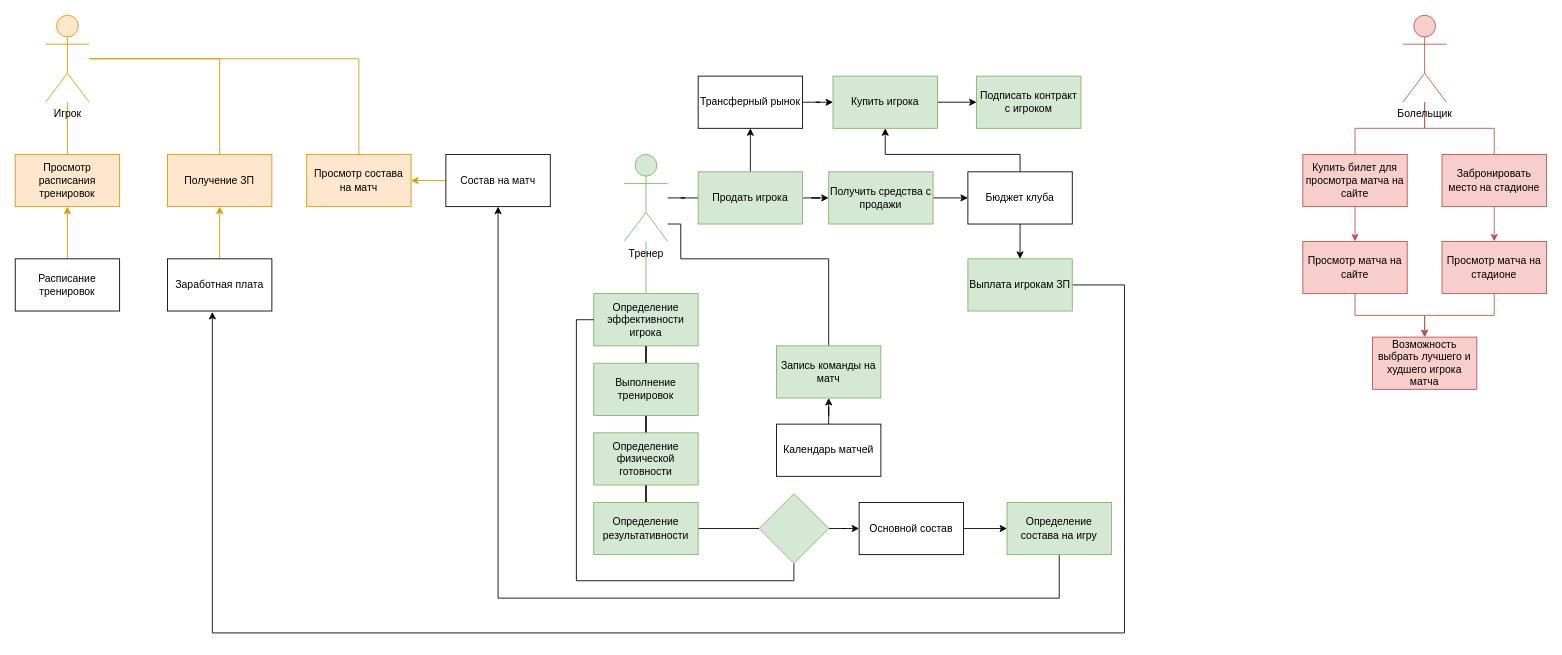
Earlier version of the draw.io diagram Controllers/PROFOOTBALL_V1.2.drawio (Alexsander996/football). Source tidied: cells renumbered, new cells numbered last; positions are measured from the earlier drawing's top-left corner, leaving out a move shared by most shapes. Both pictures are drawn from the tidied source at 87%, with x=0, y=0 at pixel (15, 15).
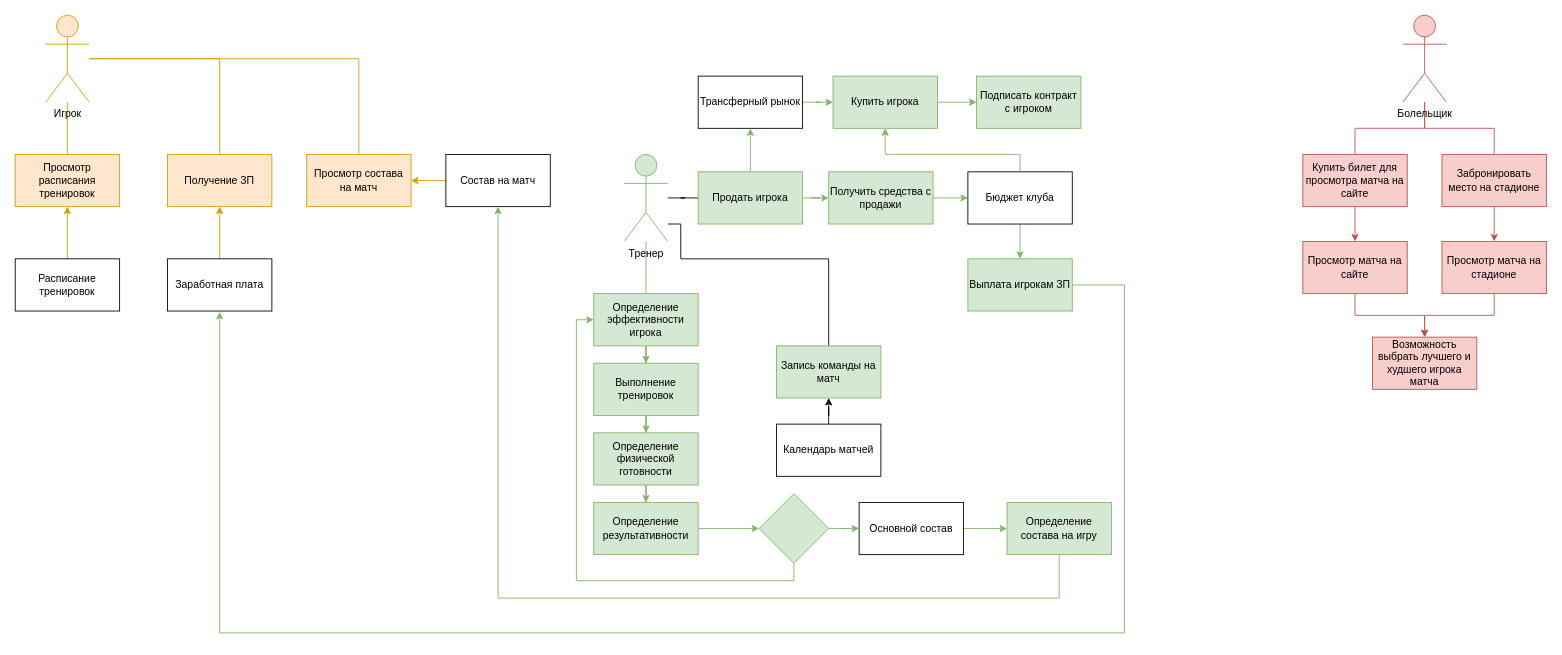
The same diagram, later.

The change refers to these unchanged cells:
```xml
<mxCell id="11" value="Заработная плата" style="rounded=0;whiteSpace=wrap;html=1;" parent="1" vertex="1">
  <mxGeometry x="175" y="280" width="120" height="60" as="geometry" />
</mxCell>
<mxCell id="14" value="Состав на матч" style="rounded=0;whiteSpace=wrap;html=1;" parent="1" vertex="1">
  <mxGeometry x="495" y="160" width="120" height="60" as="geometry" />
</mxCell>
<mxCell id="20" value="Определение эффективности игрока" style="rounded=0;whiteSpace=wrap;html=1;fillColor=#d5e8d4;strokeColor=#82b366;" parent="1" vertex="1">
  <mxGeometry x="665" y="320" width="120" height="60" as="geometry" />
</mxCell>
<mxCell id="22" value="Определение состава на игру" style="rounded=0;whiteSpace=wrap;html=1;fillColor=#d5e8d4;strokeColor=#82b366;" parent="1" vertex="1">
  <mxGeometry x="1140" y="560" width="120" height="60" as="geometry" />
</mxCell>
<mxCell id="24" value="Выплата игрокам ЗП" style="rounded=0;whiteSpace=wrap;html=1;fillColor=#d5e8d4;strokeColor=#82b366;" parent="1" vertex="1">
  <mxGeometry x="1095" y="280" width="120" height="60" as="geometry" />
</mxCell>
<mxCell id="30" value="Выполнение тренировок" style="rounded=0;whiteSpace=wrap;html=1;fillColor=#d5e8d4;strokeColor=#82b366;" parent="1" vertex="1">
  <mxGeometry x="665" y="400" width="120" height="60" as="geometry" />
</mxCell>
<mxCell id="32" value="Определение физической готовности" style="rounded=0;whiteSpace=wrap;html=1;fillColor=#d5e8d4;strokeColor=#82b366;" parent="1" vertex="1">
  <mxGeometry x="665" y="480" width="120" height="60" as="geometry" />
</mxCell>
<mxCell id="34" value="Определение результативности" style="rounded=0;whiteSpace=wrap;html=1;fillColor=#d5e8d4;strokeColor=#82b366;" parent="1" vertex="1">
  <mxGeometry x="665" y="560" width="120" height="60" as="geometry" />
</mxCell>
<mxCell id="36" value="Купить игрока" style="rounded=0;whiteSpace=wrap;html=1;fillColor=#d5e8d4;strokeColor=#82b366;" parent="1" vertex="1">
  <mxGeometry x="940" y="70" width="120" height="60" as="geometry" />
</mxCell>
<mxCell id="37" value="Подписать контракт с игроком" style="rounded=0;whiteSpace=wrap;html=1;fillColor=#d5e8d4;strokeColor=#82b366;" parent="1" vertex="1">
  <mxGeometry x="1105" y="70" width="120" height="60" as="geometry" />
</mxCell>
<mxCell id="40" value="Продать игрока" style="rounded=0;whiteSpace=wrap;html=1;fillColor=#d5e8d4;strokeColor=#82b366;" parent="1" vertex="1">
  <mxGeometry x="785" y="180" width="120" height="60" as="geometry" />
</mxCell>
<mxCell id="42" value="Получить средства с продажи" style="rounded=0;whiteSpace=wrap;html=1;fillColor=#d5e8d4;strokeColor=#82b366;" parent="1" vertex="1">
  <mxGeometry x="935" y="180" width="120" height="60" as="geometry" />
</mxCell>
<mxCell id="45" value="Бюджет клуба" style="rounded=0;whiteSpace=wrap;html=1;" parent="1" vertex="1">
  <mxGeometry x="1095" y="180" width="120" height="60" as="geometry" />
</mxCell>
<mxCell id="47" value="Трансферный рынок" style="rounded=0;whiteSpace=wrap;html=1;" parent="1" vertex="1">
  <mxGeometry x="785" y="70" width="120" height="60" as="geometry" />
</mxCell>
<mxCell id="50" style="rhombus;whiteSpace=wrap;html=1;fillColor=#d5e8d4;strokeColor=#82b366;" parent="1" vertex="1">
  <mxGeometry x="855" y="550" width="80" height="80" as="geometry" />
</mxCell>
<mxCell id="52" value="Основной состав" style="rounded=0;whiteSpace=wrap;html=1;" parent="1" vertex="1">
  <mxGeometry x="970" y="560" width="120" height="60" as="geometry" />
</mxCell>
```

What changed in the source:
```diff
@@
-    <mxCell id="19" style="edgeStyle=orthogonalEdgeStyle;rounded=0;jettySize=auto;html=1;entryX=0.5;entryY=0;entryDx=0;entryDy=0;endArrow=none;endFill=0;" parent="1" edge="1" source="20" target="30">
+    <mxCell id="19" style="edgeStyle=orthogonalEdgeStyle;rounded=0;jettySize=auto;html=1;entryX=0.5;entryY=0;entryDx=0;entryDy=0;endArrow=classic;endFill=1;fillColor=#d5e8d4;strokeColor=#82b366;" parent="1" edge="1" source="20" target="30">
       <mxGeometry relative="1" as="geometry" />
     </mxCell>
@@
-    <mxCell id="21" style="edgeStyle=orthogonalEdgeStyle;rounded=0;jettySize=auto;html=1;endArrow=classic;endFill=1;entryX=0.5;entryY=1;entryDx=0;entryDy=0;" parent="1" edge="1" source="22" target="14">
+    <mxCell id="21" style="edgeStyle=orthogonalEdgeStyle;rounded=0;jettySize=auto;html=1;endArrow=classic;endFill=1;entryX=0.5;entryY=1;entryDx=0;entryDy=0;fillColor=#d5e8d4;strokeColor=#82b366;" parent="1" edge="1" source="22" target="14">
       <mxGeometry relative="1" as="geometry">
         <Array as="points">
           <mxPoint x="1200" y="670" />
           <mxPoint x="555" y="670" />
         </Array>
       </mxGeometry>
     </mxCell>
@@
-    <mxCell id="23" style="edgeStyle=orthogonalEdgeStyle;rounded=0;jettySize=auto;html=1;entryX=0.43;entryY=1.017;entryDx=0;entryDy=0;entryPerimeter=0;endArrow=classic;endFill=1;" parent="1" edge="1" source="24" target="11">
+    <mxCell id="23" style="edgeStyle=orthogonalEdgeStyle;rounded=0;jettySize=auto;html=1;endArrow=classic;endFill=1;fillColor=#d5e8d4;strokeColor=#82b366;" parent="1" edge="1" source="24">
       <mxGeometry relative="1" as="geometry">
+        <mxPoint x="235" y="341" as="targetPoint" />
         <Array as="points">
           <mxPoint x="1275" y="310" />
           <mxPoint x="1275" y="710" />
-          <mxPoint x="227" y="710" />
+          <mxPoint x="235" y="710" />
+          <mxPoint x="235" y="341" />
         </Array>
       </mxGeometry>
     </mxCell>
@@
-    <mxCell id="29" style="edgeStyle=orthogonalEdgeStyle;rounded=0;jettySize=auto;html=1;entryX=0.5;entryY=0;entryDx=0;entryDy=0;endArrow=none;endFill=0;" parent="1" edge="1" source="30" target="32">
+    <mxCell id="29" style="edgeStyle=orthogonalEdgeStyle;rounded=0;jettySize=auto;html=1;entryX=0.5;entryY=0;entryDx=0;entryDy=0;endArrow=classic;endFill=1;fillColor=#d5e8d4;strokeColor=#82b366;" parent="1" edge="1" source="30" target="32">
       <mxGeometry relative="1" as="geometry" />
     </mxCell>
@@
-    <mxCell id="31" style="edgeStyle=orthogonalEdgeStyle;rounded=0;jettySize=auto;html=1;entryX=0.5;entryY=0;entryDx=0;entryDy=0;endArrow=none;endFill=0;" parent="1" edge="1" source="32" target="34">
+    <mxCell id="31" style="edgeStyle=orthogonalEdgeStyle;rounded=0;jettySize=auto;html=1;entryX=0.5;entryY=0;entryDx=0;entryDy=0;endArrow=classic;endFill=1;fillColor=#d5e8d4;strokeColor=#82b366;" parent="1" edge="1" source="32" target="34">
       <mxGeometry relative="1" as="geometry" />
     </mxCell>
@@
-    <mxCell id="33" style="edgeStyle=orthogonalEdgeStyle;rounded=0;jettySize=auto;html=1;entryX=0;entryY=0.5;entryDx=0;entryDy=0;endArrow=none;endFill=0;" parent="1" edge="1" source="34" target="50">
+    <mxCell id="33" style="edgeStyle=orthogonalEdgeStyle;rounded=0;jettySize=auto;html=1;entryX=0;entryY=0.5;entryDx=0;entryDy=0;endArrow=classic;endFill=1;fillColor=#d5e8d4;strokeColor=#82b366;" parent="1" edge="1" source="34" target="50">
       <mxGeometry relative="1" as="geometry" />
     </mxCell>
@@
-    <mxCell id="35" style="edgeStyle=orthogonalEdgeStyle;rounded=0;jettySize=auto;html=1;entryX=0;entryY=0.5;entryDx=0;entryDy=0;endArrow=classic;endFill=1;" parent="1" edge="1" source="36" target="37">
+    <mxCell id="35" style="edgeStyle=orthogonalEdgeStyle;rounded=0;jettySize=auto;html=1;entryX=0;entryY=0.5;entryDx=0;entryDy=0;endArrow=classic;endFill=1;fillColor=#d5e8d4;strokeColor=#82b366;" parent="1" edge="1" source="36" target="37">
       <mxGeometry relative="1" as="geometry" />
     </mxCell>
@@
-    <mxCell id="38" style="edgeStyle=orthogonalEdgeStyle;rounded=0;jettySize=auto;html=1;entryX=0;entryY=0.5;entryDx=0;entryDy=0;endArrow=classic;endFill=1;" parent="1" edge="1" source="40" target="42">
+    <mxCell id="38" style="edgeStyle=orthogonalEdgeStyle;rounded=0;jettySize=auto;html=1;entryX=0;entryY=0.5;entryDx=0;entryDy=0;endArrow=classic;endFill=1;fillColor=#d5e8d4;strokeColor=#82b366;" parent="1" edge="1" source="40" target="42">
       <mxGeometry relative="1" as="geometry" />
     </mxCell>
-    <mxCell id="39" style="edgeStyle=orthogonalEdgeStyle;rounded=0;jettySize=auto;html=1;entryX=0.5;entryY=1;entryDx=0;entryDy=0;endArrow=classic;endFill=1;" parent="1" edge="1" source="40" target="47">
+    <mxCell id="39" style="edgeStyle=orthogonalEdgeStyle;rounded=0;jettySize=auto;html=1;entryX=0.5;entryY=1;entryDx=0;entryDy=0;endArrow=classic;endFill=1;fillColor=#d5e8d4;strokeColor=#82b366;" parent="1" edge="1" source="40" target="47">
       <mxGeometry relative="1" as="geometry" />
     </mxCell>
@@
-    <mxCell id="41" style="edgeStyle=orthogonalEdgeStyle;rounded=0;jettySize=auto;html=1;entryX=0;entryY=0.5;entryDx=0;entryDy=0;endArrow=classic;endFill=1;" parent="1" edge="1" source="42" target="45">
+    <mxCell id="41" style="edgeStyle=orthogonalEdgeStyle;rounded=0;jettySize=auto;html=1;entryX=0;entryY=0.5;entryDx=0;entryDy=0;endArrow=classic;endFill=1;fillColor=#d5e8d4;strokeColor=#82b366;" parent="1" edge="1" source="42" target="45">
       <mxGeometry relative="1" as="geometry" />
     </mxCell>
@@
-    <mxCell id="43" style="edgeStyle=orthogonalEdgeStyle;rounded=0;jettySize=auto;html=1;entryX=0.5;entryY=1;entryDx=0;entryDy=0;endArrow=classic;endFill=1;" parent="1" edge="1" source="45" target="36">
+    <mxCell id="43" style="edgeStyle=orthogonalEdgeStyle;rounded=0;jettySize=auto;html=1;entryX=0.5;entryY=1;entryDx=0;entryDy=0;endArrow=classic;endFill=1;fillColor=#d5e8d4;strokeColor=#82b366;" parent="1" edge="1" source="45" target="36">
       <mxGeometry relative="1" as="geometry">
         <Array as="points">
           <mxPoint x="1155" y="160" />
           <mxPoint x="1000" y="160" />
         </Array>
       </mxGeometry>
     </mxCell>
-    <mxCell id="44" style="edgeStyle=orthogonalEdgeStyle;rounded=0;jettySize=auto;html=1;entryX=0.5;entryY=0;entryDx=0;entryDy=0;endArrow=classic;endFill=1;" parent="1" edge="1" source="45" target="24">
+    <mxCell id="44" style="edgeStyle=orthogonalEdgeStyle;rounded=0;jettySize=auto;html=1;entryX=0.5;entryY=0;entryDx=0;entryDy=0;endArrow=classic;endFill=1;fillColor=#d5e8d4;strokeColor=#82b366;" parent="1" edge="1" source="45" target="24">
       <mxGeometry relative="1" as="geometry" />
     </mxCell>
@@
-    <mxCell id="46" style="edgeStyle=orthogonalEdgeStyle;rounded=0;jettySize=auto;html=1;entryX=0;entryY=0.5;entryDx=0;entryDy=0;endArrow=classic;endFill=1;" parent="1" edge="1" source="47" target="36">
+    <mxCell id="46" style="edgeStyle=orthogonalEdgeStyle;rounded=0;jettySize=auto;html=1;entryX=0;entryY=0.5;entryDx=0;entryDy=0;endArrow=classic;endFill=1;fillColor=#d5e8d4;strokeColor=#82b366;" parent="1" edge="1" source="47" target="36">
       <mxGeometry relative="1" as="geometry" />
     </mxCell>
@@
-    <mxCell id="48" style="edgeStyle=orthogonalEdgeStyle;rounded=0;jettySize=auto;html=1;entryX=0;entryY=0.5;entryDx=0;entryDy=0;endArrow=classic;endFill=1;" parent="1" edge="1" source="50" target="52">
+    <mxCell id="48" style="edgeStyle=orthogonalEdgeStyle;rounded=0;jettySize=auto;html=1;entryX=0;entryY=0.5;entryDx=0;entryDy=0;endArrow=classic;endFill=1;fillColor=#d5e8d4;strokeColor=#82b366;" parent="1" edge="1" source="50" target="52">
       <mxGeometry relative="1" as="geometry" />
     </mxCell>
-    <mxCell id="49" style="edgeStyle=orthogonalEdgeStyle;rounded=0;jettySize=auto;html=1;entryX=0;entryY=0.5;entryDx=0;entryDy=0;endArrow=none;endFill=0;" parent="1" edge="1" source="50" target="20">
+    <mxCell id="49" style="edgeStyle=orthogonalEdgeStyle;rounded=0;jettySize=auto;html=1;entryX=0;entryY=0.5;entryDx=0;entryDy=0;endArrow=classic;endFill=1;fillColor=#d5e8d4;strokeColor=#82b366;" parent="1" edge="1" source="50" target="20">
       <mxGeometry relative="1" as="geometry">
         <Array as="points">
           <mxPoint x="895" y="650" />
           <mxPoint x="645" y="650" />
           <mxPoint x="645" y="350" />
         </Array>
       </mxGeometry>
     </mxCell>
@@
-    <mxCell id="51" style="edgeStyle=orthogonalEdgeStyle;rounded=0;jettySize=auto;html=1;entryX=0;entryY=0.5;entryDx=0;entryDy=0;endArrow=classic;endFill=1;" parent="1" edge="1" source="52" target="22">
+    <mxCell id="51" style="edgeStyle=orthogonalEdgeStyle;rounded=0;jettySize=auto;html=1;entryX=0;entryY=0.5;entryDx=0;entryDy=0;endArrow=classic;endFill=1;fillColor=#d5e8d4;strokeColor=#82b366;" parent="1" edge="1" source="52" target="22">
       <mxGeometry relative="1" as="geometry" />
     </mxCell>
```
